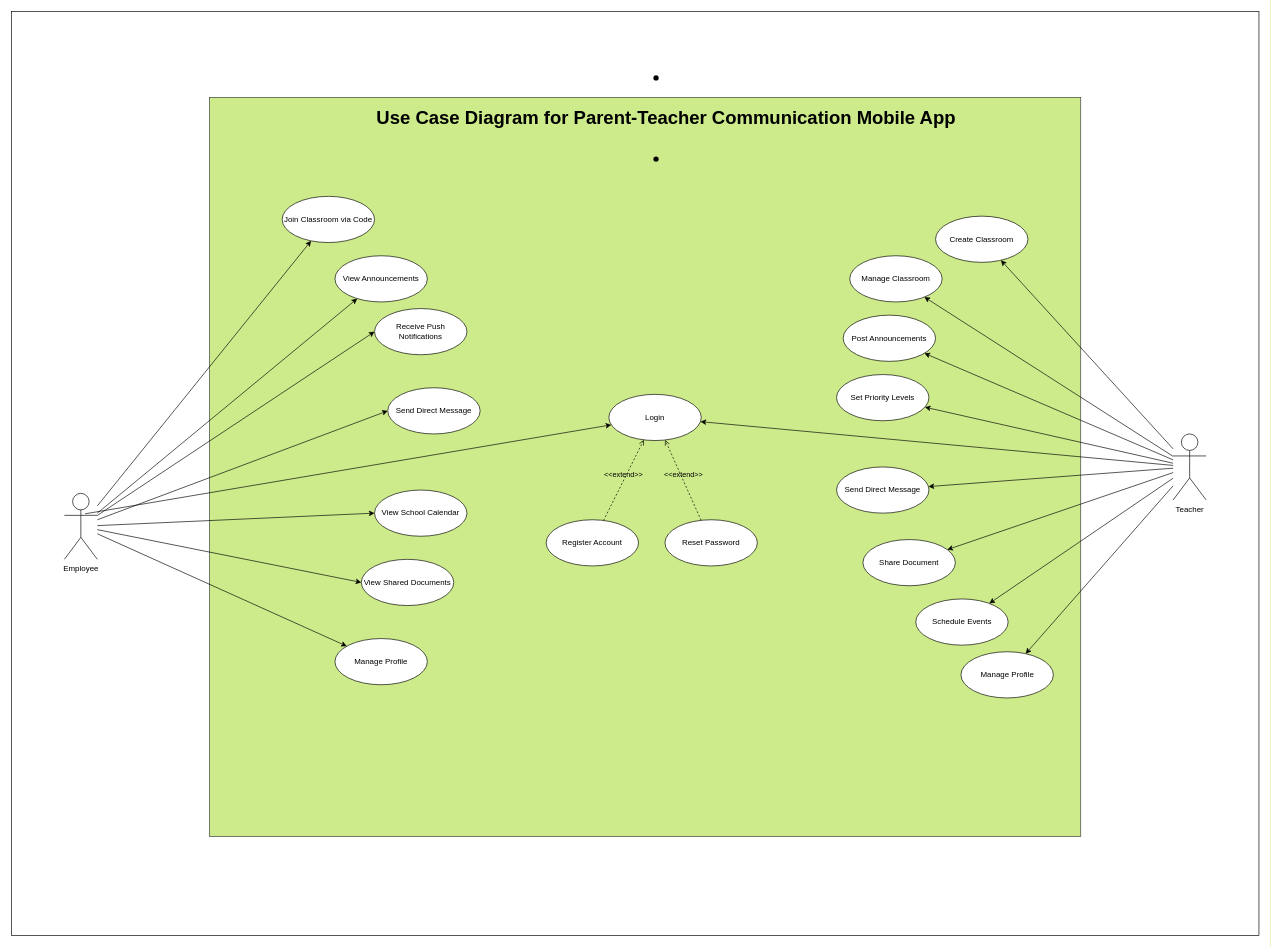
Above: page "initial" (1 of 3) of use_case.drawio in jomariabejo/MO-IT200D1---Capstone-1 (draw.io), before the change. Source tidied: cells renumbered, new cells numbered last; positions are measured from the earlier drawing's top-left corner, leaving out a move shared by most shapes. Both pictures are drawn from the tidied source at 66%, with x=0, y=0 at pixel (11, 11).
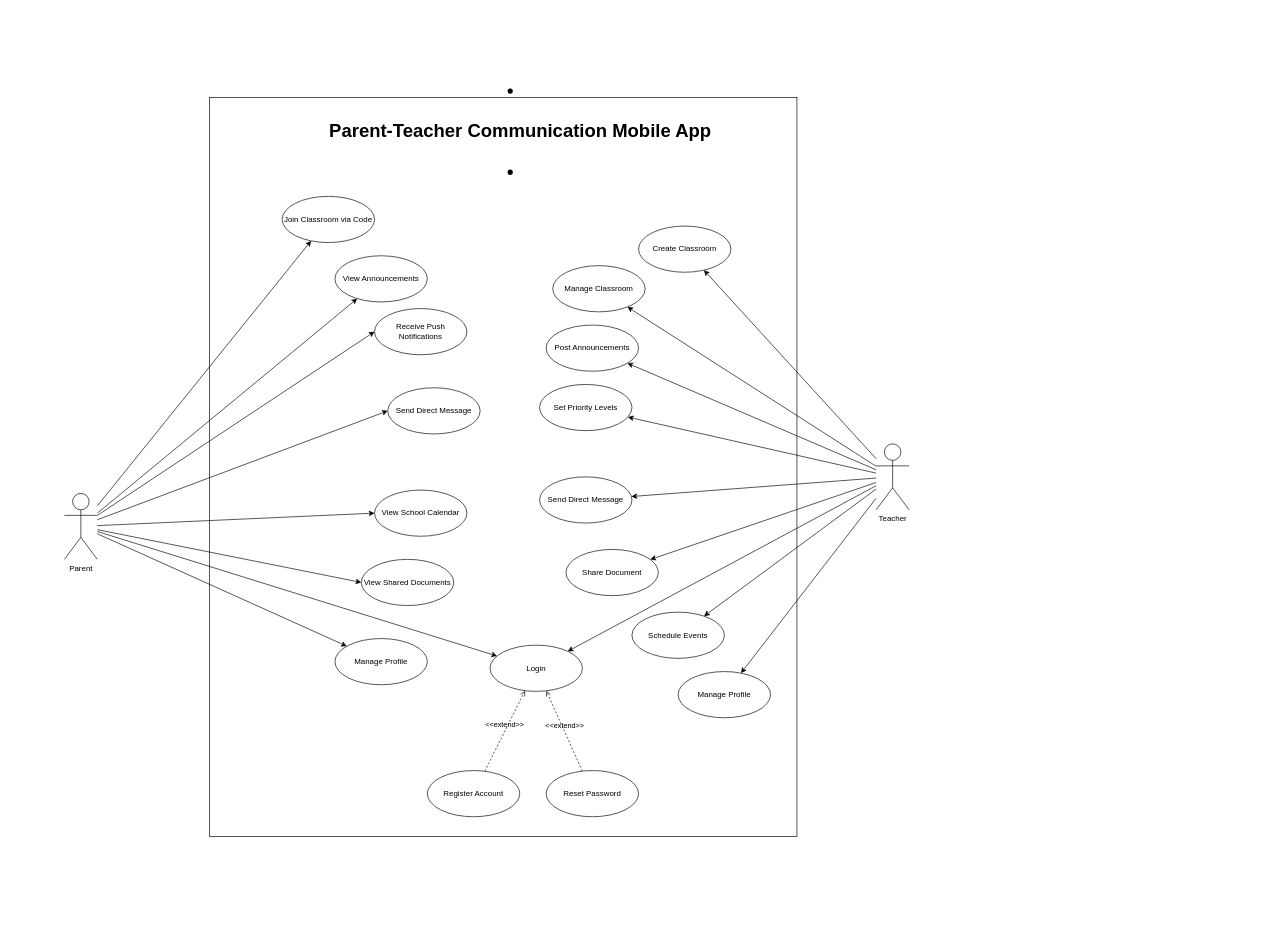
Above is the later version.

The edit, as a diff of the source:
```diff
@@
-    <mxCell id="2" style="rounded=0;whiteSpace=wrap;html=1;" parent="1" vertex="1">
-      <mxGeometry width="1890" height="1400" as="geometry" />
-    </mxCell>
-    <mxCell id="3" style="rounded=0;whiteSpace=wrap;html=1;fillColor=#cdeb8b;strokeColor=#36393d;" parent="1" vertex="1">
-      <mxGeometry x="300" y="130" width="1320" height="1120" as="geometry" />
+    <mxCell id="3" style="rounded=0;whiteSpace=wrap;html=1;" parent="1" vertex="1">
+      <mxGeometry x="300" y="130" width="890" height="1120" as="geometry" />
     </mxCell>
-    <mxCell id="4" value="&lt;li&gt;&lt;p&gt;&lt;strong&gt;Use Case Diagram for Parent-Teacher Communication Mobile App&lt;/strong&gt;&lt;/p&gt;&lt;/li&gt;&lt;li&gt;&lt;p&gt;&lt;/p&gt;&lt;/li&gt;" style="text;html=1;strokeColor=none;fillColor=none;align=center;verticalAlign=middle;whiteSpace=wrap;rounded=0;fontSize=28;" parent="1" vertex="1">
-      <mxGeometry x="304" y="160" width="1376" height="30" as="geometry" />
+    <mxCell id="4" value="&lt;li&gt;&lt;p&gt;&lt;strong style=&quot;background-color: transparent; color: light-dark(rgb(0, 0, 0), rgb(255, 255, 255));&quot;&gt;Parent-Teacher Communication Mobile App&lt;/strong&gt;&lt;/p&gt;&lt;/li&gt;&lt;li&gt;&lt;p&gt;&lt;/p&gt;&lt;/li&gt;" style="text;html=1;strokeColor=none;fillColor=none;align=center;verticalAlign=middle;whiteSpace=wrap;rounded=0;fontSize=28;" parent="1" vertex="1">
+      <mxGeometry x="412.5" y="180" width="716" height="30" as="geometry" />
     </mxCell>
@@
     <mxCell id="9" value="Teacher" style="shape=umlActor;verticalLabelPosition=bottom;verticalAlign=top;html=1;outlineConnect=0;" parent="1" vertex="1">
-      <mxGeometry x="1760" y="640" width="50" height="100" as="geometry" />
+      <mxGeometry x="1310" y="655" width="50" height="100" as="geometry" />
     </mxCell>
@@
-    <mxCell id="17" value="Employee" style="shape=umlActor;verticalLabelPosition=bottom;verticalAlign=top;html=1;" parent="1" vertex="1">
+    <mxCell id="17" value="Parent" style="shape=umlActor;verticalLabelPosition=bottom;verticalAlign=top;html=1;" parent="1" vertex="1">
       <mxGeometry x="80" y="730" width="50" height="100" as="geometry" />
     </mxCell>
@@
     <mxCell id="23" value="Manage Classroom" style="ellipse;whiteSpace=wrap;html=1;" parent="1" vertex="1">
-      <mxGeometry x="1270" y="370" width="140" height="70" as="geometry" />
+      <mxGeometry x="820" y="385" width="140" height="70" as="geometry" />
     </mxCell>
@@
     <mxCell id="25" value="Login" style="ellipse;whiteSpace=wrap;html=1;" parent="1" vertex="1">
-      <mxGeometry x="905" y="580" width="140" height="70" as="geometry" />
+      <mxGeometry x="725" y="960" width="140" height="70" as="geometry" />
     </mxCell>
@@
     <mxCell id="28" value="Create Classroom" style="ellipse;whiteSpace=wrap;html=1;" parent="1" vertex="1">
-      <mxGeometry x="1400" y="310" width="140" height="70" as="geometry" />
+      <mxGeometry x="950" y="325" width="140" height="70" as="geometry" />
     </mxCell>
     <mxCell id="29" value="Post Announcements" style="ellipse;whiteSpace=wrap;html=1;" parent="1" vertex="1">
-      <mxGeometry x="1260" y="460" width="140" height="70" as="geometry" />
+      <mxGeometry x="810" y="475" width="140" height="70" as="geometry" />
     </mxCell>
     <mxCell id="30" value="Set Priority Levels" style="ellipse;whiteSpace=wrap;html=1;" parent="1" vertex="1">
-      <mxGeometry x="1250" y="550" width="140" height="70" as="geometry" />
+      <mxGeometry x="800" y="565" width="140" height="70" as="geometry" />
     </mxCell>
     <mxCell id="31" value="Send Direct Message" style="ellipse;whiteSpace=wrap;html=1;" parent="1" vertex="1">
-      <mxGeometry x="1250" y="690" width="140" height="70" as="geometry" />
+      <mxGeometry x="800" y="705" width="140" height="70" as="geometry" />
     </mxCell>
     <mxCell id="32" value="Share Document" style="ellipse;whiteSpace=wrap;html=1;" parent="1" vertex="1">
-      <mxGeometry x="1290" y="800" width="140" height="70" as="geometry" />
+      <mxGeometry x="840" y="815" width="140" height="70" as="geometry" />
     </mxCell>
     <mxCell id="33" value="Schedule Events" style="ellipse;whiteSpace=wrap;html=1;" parent="1" vertex="1">
-      <mxGeometry x="1370" y="890" width="140" height="70" as="geometry" />
+      <mxGeometry x="940" y="910" width="140" height="70" as="geometry" />
     </mxCell>
     <mxCell id="34" value="Manage Profile" style="ellipse;whiteSpace=wrap;html=1;" parent="1" vertex="1">
-      <mxGeometry x="1438.5" y="970" width="140" height="70" as="geometry" />
+      <mxGeometry x="1010" y="1000" width="140" height="70" as="geometry" />
     </mxCell>
     <mxCell id="35" value="Register Account" style="ellipse;whiteSpace=wrap;html=1;" parent="1" vertex="1">
-      <mxGeometry x="810" y="770" width="140" height="70" as="geometry" />
+      <mxGeometry x="630" y="1150" width="140" height="70" as="geometry" />
     </mxCell>
@@
     <mxCell id="37" value="Reset Password" style="ellipse;whiteSpace=wrap;html=1;" parent="1" vertex="1">
-      <mxGeometry x="990" y="770" width="140" height="70" as="geometry" />
+      <mxGeometry x="810" y="1150" width="140" height="70" as="geometry" />
     </mxCell>
@@
-    <mxCell id="43" style="rounded=0;jettySize=auto;html=1;exitX=0.628;exitY=0.31;exitDx=0;exitDy=0;exitPerimeter=0;" parent="1" edge="1" source="17" target="25">
+    <mxCell id="43" style="rounded=0;jettySize=auto;html=1;" parent="1" edge="1" source="17" target="25">
       <mxGeometry relative="1" as="geometry" />
     </mxCell>
```
